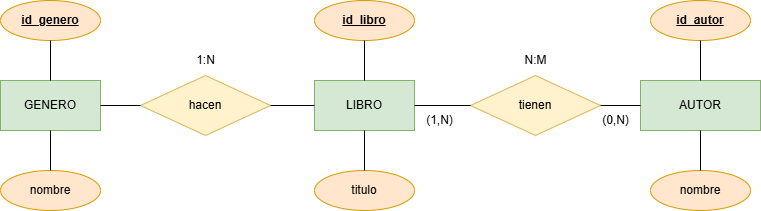
Above: Unidad 4/Images/Normalizacion8.drawio.png in Jaironso/BBDD (draw.io), before the change. Source tidied: cells renumbered, new cells last; positions are measured from the earlier drawing's top-left corner, leaving out a move shared by most shapes. Its diagram source:
```xml
<mxGraphModel>
  <root>
    <mxCell id="0" />
    <mxCell id="1" parent="0" />
    <mxCell id="2" value="LIBRO" style="html=1;dashed=0;whiteSpace=wrap;fillColor=#d5e8d4;strokeColor=#82b366;" parent="1" vertex="1">
      <mxGeometry x="314" y="80" width="100" height="50" as="geometry" />
    </mxCell>
    <mxCell id="3" value="AUTOR" style="html=1;dashed=0;whiteSpace=wrap;fillColor=#d5e8d4;strokeColor=#82b366;" parent="1" vertex="1">
      <mxGeometry x="640" y="80" width="120" height="50" as="geometry" />
    </mxCell>
    <mxCell id="4" value="GENERO" style="html=1;dashed=0;whiteSpace=wrap;fillColor=#d5e8d4;strokeColor=#82b366;" parent="1" vertex="1">
      <mxGeometry y="80" width="100" height="50" as="geometry" />
    </mxCell>
    <mxCell id="5" value="hacen" style="shape=rhombus;html=1;dashed=0;whiteSpace=wrap;perimeter=rhombusPerimeter;fillColor=#fff2cc;strokeColor=#d6b656;" parent="1" vertex="1">
      <mxGeometry x="140" y="75" width="130" height="60" as="geometry" />
    </mxCell>
    <mxCell id="6" value="tienen" style="shape=rhombus;html=1;dashed=0;whiteSpace=wrap;perimeter=rhombusPerimeter;fillColor=#fff2cc;strokeColor=#d6b656;" parent="1" vertex="1">
      <mxGeometry x="470" y="75" width="130" height="60" as="geometry" />
    </mxCell>
    <mxCell id="7" style="endArrow=none;html=1;rounded=0;exitX=1;exitY=0.5;exitDx=0;exitDy=0;entryX=0;entryY=0.5;entryDx=0;entryDy=0;" parent="1" edge="1" source="4" target="5">
      <mxGeometry relative="1" as="geometry" />
    </mxCell>
    <mxCell id="8" style="endArrow=none;html=1;rounded=0;exitX=1;exitY=0.5;exitDx=0;exitDy=0;entryX=0;entryY=0.5;entryDx=0;entryDy=0;" parent="1" edge="1" source="5" target="2">
      <mxGeometry relative="1" as="geometry" />
    </mxCell>
    <mxCell id="9" value="1:N" style="text;html=1;align=center;verticalAlign=middle;strokeColor=none;fillColor=none;" parent="1" vertex="1">
      <mxGeometry x="185" y="45" width="40" height="30" as="geometry" />
    </mxCell>
    <mxCell id="10" style="endArrow=none;html=1;rounded=0;exitX=1;exitY=0.5;exitDx=0;exitDy=0;entryX=0;entryY=0.5;entryDx=0;entryDy=0;" parent="1" edge="1" source="2" target="6">
      <mxGeometry relative="1" as="geometry" />
    </mxCell>
    <mxCell id="11" style="endArrow=none;html=1;rounded=0;entryX=1;entryY=0.5;entryDx=0;entryDy=0;exitX=0;exitY=0.5;exitDx=0;exitDy=0;" parent="1" edge="1" source="3" target="6">
      <mxGeometry relative="1" as="geometry" />
    </mxCell>
    <mxCell id="12" value="(0,N)" style="text;html=1;align=center;verticalAlign=middle;strokeColor=none;fillColor=none;" parent="1" vertex="1">
      <mxGeometry x="590" y="105" width="50" height="30" as="geometry" />
    </mxCell>
    <mxCell id="13" value="N:M" style="text;html=1;align=center;verticalAlign=middle;strokeColor=none;fillColor=none;" parent="1" vertex="1">
      <mxGeometry x="510" y="45" width="50" height="30" as="geometry" />
    </mxCell>
    <mxCell id="14" value="&lt;u&gt;&lt;b&gt;id_libro&lt;/b&gt;&lt;/u&gt;" style="ellipse;whiteSpace=wrap;html=1;align=center;fillColor=#ffe6cc;strokeColor=#d79b00;" parent="1" vertex="1">
      <mxGeometry x="314" width="100" height="40" as="geometry" />
    </mxCell>
    <mxCell id="15" value="&lt;u&gt;&lt;b&gt;id_autor&lt;/b&gt;&lt;/u&gt;" style="ellipse;whiteSpace=wrap;html=1;align=center;fillColor=#ffe6cc;strokeColor=#d79b00;" parent="1" vertex="1">
      <mxGeometry x="650" width="100" height="40" as="geometry" />
    </mxCell>
    <mxCell id="16" value="&lt;b&gt;&lt;u&gt;id_genero&lt;/u&gt;&lt;/b&gt;" style="ellipse;whiteSpace=wrap;html=1;align=center;fillColor=#ffe6cc;strokeColor=#d79b00;" parent="1" vertex="1">
      <mxGeometry width="100" height="40" as="geometry" />
    </mxCell>
    <mxCell id="17" value="nombre" style="ellipse;whiteSpace=wrap;html=1;align=center;fillColor=#ffe6cc;strokeColor=#d79b00;" parent="1" vertex="1">
      <mxGeometry x="650" y="170" width="100" height="40" as="geometry" />
    </mxCell>
    <mxCell id="18" style="endArrow=none;html=1;rounded=0;exitX=0.5;exitY=1;exitDx=0;exitDy=0;entryX=0.5;entryY=0;entryDx=0;entryDy=0;" parent="1" edge="1" source="16" target="4">
      <mxGeometry relative="1" as="geometry" />
    </mxCell>
    <mxCell id="19" style="endArrow=none;html=1;rounded=0;exitX=0.5;exitY=0;exitDx=0;exitDy=0;entryX=0.5;entryY=1;entryDx=0;entryDy=0;" parent="1" edge="1" source="2" target="14">
      <mxGeometry relative="1" as="geometry" />
    </mxCell>
    <mxCell id="20" style="endArrow=none;html=1;rounded=0;entryX=0.5;entryY=0;entryDx=0;entryDy=0;exitX=0.5;exitY=1;exitDx=0;exitDy=0;" parent="1" edge="1" source="15" target="3">
      <mxGeometry relative="1" as="geometry" />
    </mxCell>
    <mxCell id="21" style="endArrow=none;html=1;rounded=0;exitX=0.5;exitY=0;exitDx=0;exitDy=0;entryX=0.5;entryY=1;entryDx=0;entryDy=0;" parent="1" edge="1" source="17" target="3">
      <mxGeometry relative="1" as="geometry" />
    </mxCell>
    <mxCell id="22" value="(1,N)" style="text;html=1;align=center;verticalAlign=middle;strokeColor=none;fillColor=none;" parent="1" vertex="1">
      <mxGeometry x="414" y="105" width="50" height="30" as="geometry" />
    </mxCell>
    <mxCell id="23" value="nombre" style="ellipse;whiteSpace=wrap;html=1;align=center;fillColor=#ffe6cc;strokeColor=#d79b00;" parent="1" vertex="1">
      <mxGeometry y="170" width="100" height="40" as="geometry" />
    </mxCell>
    <mxCell id="24" style="endArrow=none;html=1;rounded=0;exitX=0.5;exitY=1;exitDx=0;exitDy=0;entryX=0.5;entryY=0;entryDx=0;entryDy=0;" parent="1" edge="1" source="4" target="23">
      <mxGeometry relative="1" as="geometry" />
    </mxCell>
    <mxCell id="25" value="titulo" style="ellipse;whiteSpace=wrap;html=1;align=center;fillColor=#ffe6cc;strokeColor=#d79b00;" parent="1" vertex="1">
      <mxGeometry x="314" y="170" width="100" height="40" as="geometry" />
    </mxCell>
    <mxCell id="26" style="endArrow=none;html=1;rounded=0;exitX=0.5;exitY=0;exitDx=0;exitDy=0;entryX=0.5;entryY=1;entryDx=0;entryDy=0;" parent="1" edge="1" source="25" target="2">
      <mxGeometry relative="1" as="geometry" />
    </mxCell>
  </root>
</mxGraphModel>
```
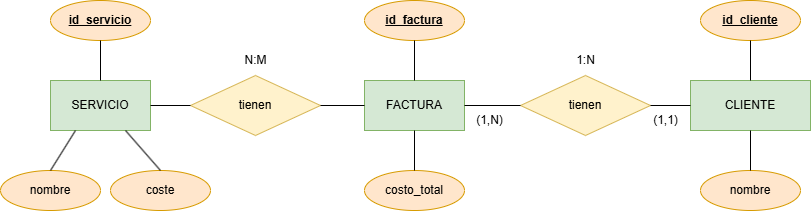
Above is the later version.

Diff of the diagram source:
```diff
@@ -2,16 +2,16 @@
   <root>
     <mxCell id="0" />
     <mxCell id="1" parent="0" />
-    <mxCell id="2" value="LIBRO" style="html=1;dashed=0;whiteSpace=wrap;fillColor=#d5e8d4;strokeColor=#82b366;" parent="1" vertex="1">
+    <mxCell id="2" value="FACTURA" style="html=1;dashed=0;whiteSpace=wrap;fillColor=#d5e8d4;strokeColor=#82b366;" parent="1" vertex="1">
       <mxGeometry x="314" y="80" width="100" height="50" as="geometry" />
     </mxCell>
-    <mxCell id="3" value="AUTOR" style="html=1;dashed=0;whiteSpace=wrap;fillColor=#d5e8d4;strokeColor=#82b366;" parent="1" vertex="1">
+    <mxCell id="3" value="CLIENTE" style="html=1;dashed=0;whiteSpace=wrap;fillColor=#d5e8d4;strokeColor=#82b366;" parent="1" vertex="1">
       <mxGeometry x="640" y="80" width="120" height="50" as="geometry" />
     </mxCell>
-    <mxCell id="4" value="GENERO" style="html=1;dashed=0;whiteSpace=wrap;fillColor=#d5e8d4;strokeColor=#82b366;" parent="1" vertex="1">
+    <mxCell id="4" value="SERVICIO" style="html=1;dashed=0;whiteSpace=wrap;fillColor=#d5e8d4;strokeColor=#82b366;" parent="1" vertex="1">
       <mxGeometry y="80" width="100" height="50" as="geometry" />
     </mxCell>
-    <mxCell id="5" value="hacen" style="shape=rhombus;html=1;dashed=0;whiteSpace=wrap;perimeter=rhombusPerimeter;fillColor=#fff2cc;strokeColor=#d6b656;" parent="1" vertex="1">
+    <mxCell id="5" value="tienen" style="shape=rhombus;html=1;dashed=0;whiteSpace=wrap;perimeter=rhombusPerimeter;fillColor=#fff2cc;strokeColor=#d6b656;" parent="1" vertex="1">
       <mxGeometry x="140" y="75" width="130" height="60" as="geometry" />
     </mxCell>
     <mxCell id="6" value="tienen" style="shape=rhombus;html=1;dashed=0;whiteSpace=wrap;perimeter=rhombusPerimeter;fillColor=#fff2cc;strokeColor=#d6b656;" parent="1" vertex="1">
@@ -23,8 +23,8 @@
     <mxCell id="8" style="endArrow=none;html=1;rounded=0;exitX=1;exitY=0.5;exitDx=0;exitDy=0;entryX=0;entryY=0.5;entryDx=0;entryDy=0;" parent="1" edge="1" source="5" target="2">
       <mxGeometry relative="1" as="geometry" />
     </mxCell>
-    <mxCell id="9" value="1:N" style="text;html=1;align=center;verticalAlign=middle;strokeColor=none;fillColor=none;" parent="1" vertex="1">
-      <mxGeometry x="185" y="45" width="40" height="30" as="geometry" />
+    <mxCell id="9" value="N:M" style="text;html=1;align=center;verticalAlign=middle;strokeColor=none;fillColor=none;" parent="1" vertex="1">
+      <mxGeometry x="180" y="45" width="50" height="30" as="geometry" />
     </mxCell>
     <mxCell id="10" style="endArrow=none;html=1;rounded=0;exitX=1;exitY=0.5;exitDx=0;exitDy=0;entryX=0;entryY=0.5;entryDx=0;entryDy=0;" parent="1" edge="1" source="2" target="6">
       <mxGeometry relative="1" as="geometry" />
@@ -32,19 +32,19 @@
     <mxCell id="11" style="endArrow=none;html=1;rounded=0;entryX=1;entryY=0.5;entryDx=0;entryDy=0;exitX=0;exitY=0.5;exitDx=0;exitDy=0;" parent="1" edge="1" source="3" target="6">
       <mxGeometry relative="1" as="geometry" />
     </mxCell>
-    <mxCell id="12" value="(0,N)" style="text;html=1;align=center;verticalAlign=middle;strokeColor=none;fillColor=none;" parent="1" vertex="1">
-      <mxGeometry x="590" y="105" width="50" height="30" as="geometry" />
+    <mxCell id="12" value="(1,N)" style="text;html=1;align=center;verticalAlign=middle;strokeColor=none;fillColor=none;" parent="1" vertex="1">
+      <mxGeometry x="414" y="105" width="50" height="30" as="geometry" />
     </mxCell>
-    <mxCell id="13" value="N:M" style="text;html=1;align=center;verticalAlign=middle;strokeColor=none;fillColor=none;" parent="1" vertex="1">
-      <mxGeometry x="510" y="45" width="50" height="30" as="geometry" />
+    <mxCell id="13" value="1:N" style="text;html=1;align=center;verticalAlign=middle;strokeColor=none;fillColor=none;" parent="1" vertex="1">
+      <mxGeometry x="515" y="45" width="40" height="30" as="geometry" />
     </mxCell>
-    <mxCell id="14" value="&lt;u&gt;&lt;b&gt;id_libro&lt;/b&gt;&lt;/u&gt;" style="ellipse;whiteSpace=wrap;html=1;align=center;fillColor=#ffe6cc;strokeColor=#d79b00;" parent="1" vertex="1">
+    <mxCell id="14" value="&lt;u&gt;&lt;b&gt;id_factura&lt;/b&gt;&lt;/u&gt;" style="ellipse;whiteSpace=wrap;html=1;align=center;fillColor=#ffe6cc;strokeColor=#d79b00;" parent="1" vertex="1">
       <mxGeometry x="314" width="100" height="40" as="geometry" />
     </mxCell>
-    <mxCell id="15" value="&lt;u&gt;&lt;b&gt;id_autor&lt;/b&gt;&lt;/u&gt;" style="ellipse;whiteSpace=wrap;html=1;align=center;fillColor=#ffe6cc;strokeColor=#d79b00;" parent="1" vertex="1">
+    <mxCell id="15" value="&lt;u&gt;&lt;b&gt;id_cliente&lt;/b&gt;&lt;/u&gt;" style="ellipse;whiteSpace=wrap;html=1;align=center;fillColor=#ffe6cc;strokeColor=#d79b00;" parent="1" vertex="1">
       <mxGeometry x="650" width="100" height="40" as="geometry" />
     </mxCell>
-    <mxCell id="16" value="&lt;b&gt;&lt;u&gt;id_genero&lt;/u&gt;&lt;/b&gt;" style="ellipse;whiteSpace=wrap;html=1;align=center;fillColor=#ffe6cc;strokeColor=#d79b00;" parent="1" vertex="1">
+    <mxCell id="16" value="&lt;b&gt;&lt;u&gt;id_servicio&lt;/u&gt;&lt;/b&gt;" style="ellipse;whiteSpace=wrap;html=1;align=center;fillColor=#ffe6cc;strokeColor=#d79b00;" parent="1" vertex="1">
       <mxGeometry width="100" height="40" as="geometry" />
     </mxCell>
     <mxCell id="17" value="nombre" style="ellipse;whiteSpace=wrap;html=1;align=center;fillColor=#ffe6cc;strokeColor=#d79b00;" parent="1" vertex="1">
@@ -62,20 +62,26 @@
     <mxCell id="21" style="endArrow=none;html=1;rounded=0;exitX=0.5;exitY=0;exitDx=0;exitDy=0;entryX=0.5;entryY=1;entryDx=0;entryDy=0;" parent="1" edge="1" source="17" target="3">
       <mxGeometry relative="1" as="geometry" />
     </mxCell>
-    <mxCell id="22" value="(1,N)" style="text;html=1;align=center;verticalAlign=middle;strokeColor=none;fillColor=none;" parent="1" vertex="1">
-      <mxGeometry x="414" y="105" width="50" height="30" as="geometry" />
+    <mxCell id="22" value="(1,1)" style="text;html=1;align=center;verticalAlign=middle;strokeColor=none;fillColor=none;" parent="1" vertex="1">
+      <mxGeometry x="590" y="105" width="50" height="30" as="geometry" />
     </mxCell>
     <mxCell id="23" value="nombre" style="ellipse;whiteSpace=wrap;html=1;align=center;fillColor=#ffe6cc;strokeColor=#d79b00;" parent="1" vertex="1">
-      <mxGeometry y="170" width="100" height="40" as="geometry" />
+      <mxGeometry x="-50" y="170" width="100" height="40" as="geometry" />
     </mxCell>
-    <mxCell id="24" style="endArrow=none;html=1;rounded=0;exitX=0.5;exitY=1;exitDx=0;exitDy=0;entryX=0.5;entryY=0;entryDx=0;entryDy=0;" parent="1" edge="1" source="4" target="23">
+    <mxCell id="24" style="endArrow=none;html=1;rounded=0;exitX=0.25;exitY=1;exitDx=0;exitDy=0;entryX=0.5;entryY=0;entryDx=0;entryDy=0;" parent="1" edge="1" source="4" target="23">
       <mxGeometry relative="1" as="geometry" />
     </mxCell>
-    <mxCell id="25" value="titulo" style="ellipse;whiteSpace=wrap;html=1;align=center;fillColor=#ffe6cc;strokeColor=#d79b00;" parent="1" vertex="1">
+    <mxCell id="25" value="costo_total" style="ellipse;whiteSpace=wrap;html=1;align=center;fillColor=#ffe6cc;strokeColor=#d79b00;" parent="1" vertex="1">
       <mxGeometry x="314" y="170" width="100" height="40" as="geometry" />
     </mxCell>
     <mxCell id="26" style="endArrow=none;html=1;rounded=0;exitX=0.5;exitY=0;exitDx=0;exitDy=0;entryX=0.5;entryY=1;entryDx=0;entryDy=0;" parent="1" edge="1" source="25" target="2">
       <mxGeometry relative="1" as="geometry" />
     </mxCell>
+    <mxCell id="27" value="coste" style="ellipse;whiteSpace=wrap;html=1;align=center;fillColor=#ffe6cc;strokeColor=#d79b00;" parent="1" vertex="1">
+      <mxGeometry x="60" y="170" width="100" height="40" as="geometry" />
+    </mxCell>
+    <mxCell id="28" style="endArrow=none;html=1;rounded=0;exitX=0.75;exitY=1;exitDx=0;exitDy=0;entryX=0.5;entryY=0;entryDx=0;entryDy=0;" parent="1" edge="1" source="4" target="27">
+      <mxGeometry relative="1" as="geometry" />
+    </mxCell>
   </root>
 </mxGraphModel>
```
